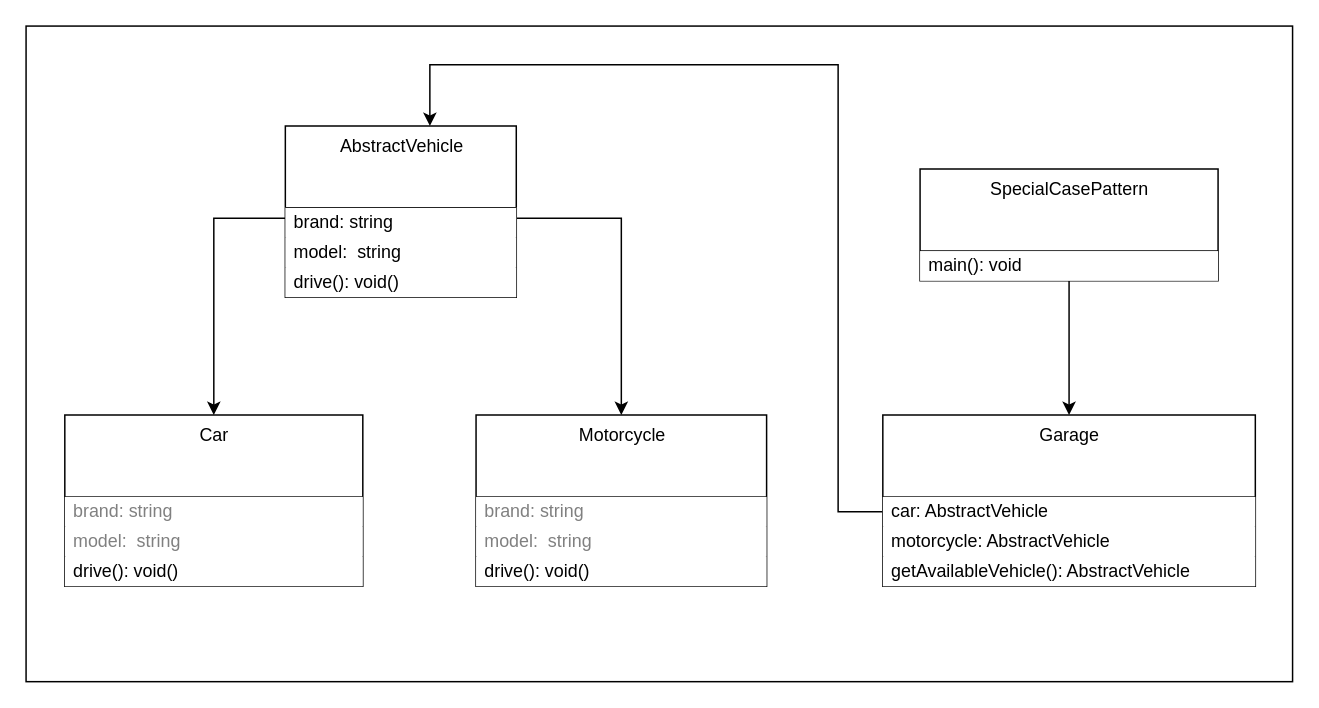
Before: page "SpecialCasePattern-1.1" (2 of 4) of images/clean-code-error-handling/Error-handling.drawio in GabrielSlima/blog, a draw.io diagram. Source tidied: cells renumbered, new cells numbered last; positions are measured from the earlier drawing's top-left corner, leaving out a move shared by most shapes. Both pictures are drawn from the tidied source at 149%, with x=0, y=0 at pixel (25, 25).
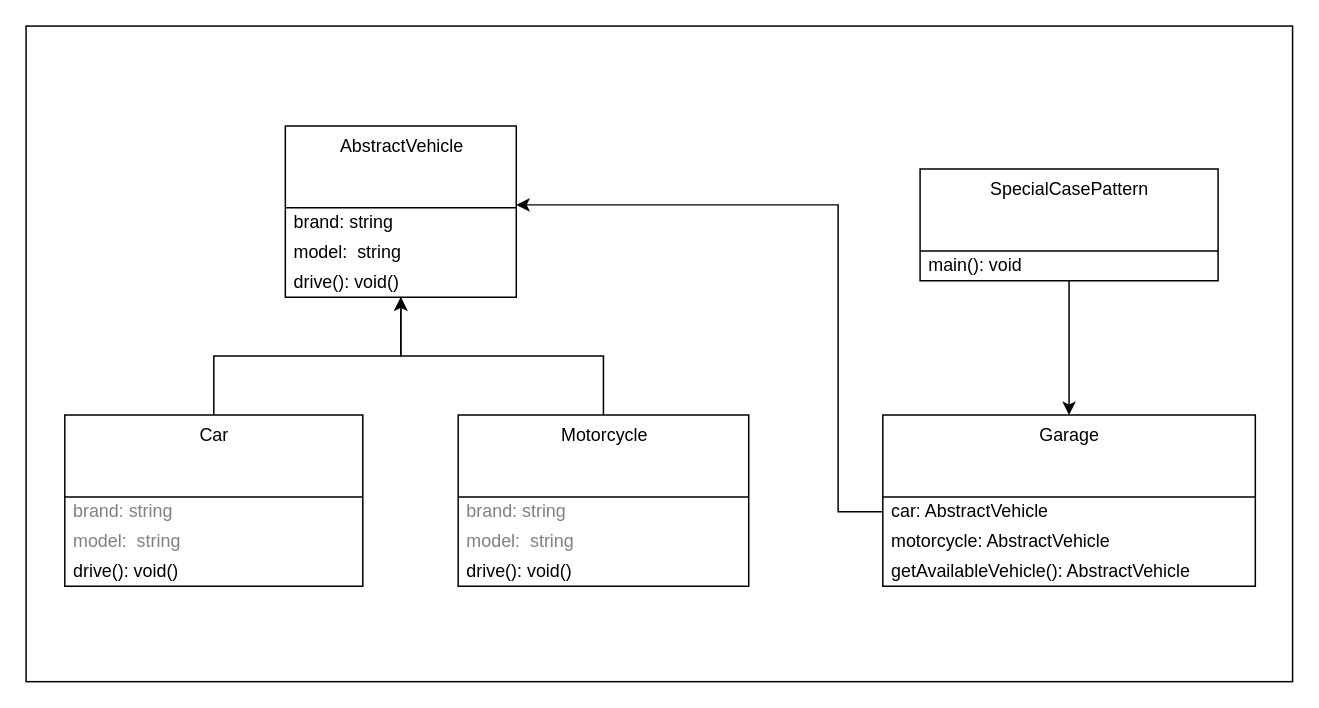
After the change.

Diff of the diagram source:
```diff
@@
     <mxCell id="3" style="edgeStyle=orthogonalEdgeStyle;rounded=0;jettySize=auto;html=1;fontColor=#808080;exitX=0;exitY=0.5;exitDx=0;exitDy=0;" parent="1" edge="1" source="5" target="21">
       <mxGeometry relative="1" as="geometry">
         <Array as="points">
           <mxPoint x="545" y="326" />
-          <mxPoint x="545" y="26" />
-          <mxPoint x="271" y="26" />
+          <mxPoint x="545" y="120" />
         </Array>
       </mxGeometry>
     </mxCell>
-    <mxCell id="4" value="Garage" style="swimlane;fontStyle=0;align=center;verticalAlign=top;horizontal=1;startSize=55;html=1;" parent="1" vertex="1">
+    <mxCell id="4" value="Garage" style="swimlane;fontStyle=0;align=center;verticalAlign=top;horizontal=1;startSize=55;html=1;fillColor=none;" parent="1" vertex="1">
       <mxGeometry x="575" y="261" width="250" height="115" as="geometry" />
     </mxCell>
-    <mxCell id="5" value="&lt;div&gt;car: AbstractVehicle&lt;br&gt;&lt;/div&gt;" style="text;html=1;strokeColor=none;align=left;verticalAlign=middle;spacingLeft=4;spacingRight=4;overflow=hidden;points=[[0,0.5],[1,0.5]];portConstraint=eastwest;fillColor=#ffffff;" parent="4" vertex="1">
+    <mxCell id="5" value="&lt;div&gt;car: AbstractVehicle&lt;br&gt;&lt;/div&gt;" style="text;html=1;strokeColor=none;align=left;verticalAlign=middle;spacingLeft=4;spacingRight=4;overflow=hidden;points=[[0,0.5],[1,0.5]];portConstraint=eastwest;" parent="4" vertex="1">
       <mxGeometry y="55" width="250" height="20" as="geometry" />
     </mxCell>
-    <mxCell id="6" value="&lt;div&gt;motorcycle: AbstractVehicle&lt;/div&gt;" style="text;html=1;strokeColor=none;align=left;verticalAlign=middle;spacingLeft=4;spacingRight=4;overflow=hidden;fillColor=#ffffff;" parent="4" vertex="1">
+    <mxCell id="6" value="&lt;div&gt;motorcycle: AbstractVehicle&lt;/div&gt;" style="text;html=1;strokeColor=none;align=left;verticalAlign=middle;spacingLeft=4;spacingRight=4;overflow=hidden;" parent="4" vertex="1">
       <mxGeometry y="75" width="250" height="20" as="geometry" />
     </mxCell>
-    <mxCell id="7" value="&lt;div&gt;getAvailableVehicle(): AbstractVehicle&lt;/div&gt;" style="text;html=1;strokeColor=none;align=left;verticalAlign=middle;spacingLeft=4;spacingRight=4;overflow=hidden;fillColor=#ffffff;" parent="4" vertex="1">
+    <mxCell id="7" value="&lt;div&gt;getAvailableVehicle(): AbstractVehicle&lt;/div&gt;" style="text;html=1;strokeColor=none;align=left;verticalAlign=middle;spacingLeft=4;spacingRight=4;overflow=hidden;" parent="4" vertex="1">
       <mxGeometry y="95" width="250" height="20" as="geometry" />
     </mxCell>
+    <mxCell id="25" style="edgeStyle=orthogonalEdgeStyle;rounded=0;jettySize=auto;html=1;" parent="1" edge="1" source="8" target="21">
+      <mxGeometry relative="1" as="geometry" />
+    </mxCell>
-    <mxCell id="8" value="Motorcycle" style="swimlane;fontStyle=0;align=center;verticalAlign=top;horizontal=1;startSize=55;html=1;" parent="1" vertex="1">
-      <mxGeometry x="302" y="261" width="195" height="115" as="geometry" />
+    <mxCell id="8" value="Motorcycle" style="swimlane;fontStyle=0;align=center;verticalAlign=top;horizontal=1;startSize=55;html=1;fillColor=none;" parent="1" vertex="1">
+      <mxGeometry x="290" y="261" width="195" height="115" as="geometry" />
     </mxCell>
-    <mxCell id="9" value="brand: string" style="text;html=1;strokeColor=none;align=left;verticalAlign=middle;spacingLeft=4;spacingRight=4;overflow=hidden;fontColor=#808080;fillColor=#ffffff;" parent="8" vertex="1">
+    <mxCell id="9" value="brand: string" style="text;html=1;strokeColor=none;align=left;verticalAlign=middle;spacingLeft=4;spacingRight=4;overflow=hidden;fontColor=#808080;" parent="8" vertex="1">
       <mxGeometry y="55" width="195" height="20" as="geometry" />
     </mxCell>
-    <mxCell id="10" value="&lt;div&gt;model:&amp;nbsp; string&lt;/div&gt;" style="text;html=1;strokeColor=none;align=left;verticalAlign=middle;spacingLeft=4;spacingRight=4;overflow=hidden;fontColor=#808080;fillColor=#ffffff;" parent="8" vertex="1">
+    <mxCell id="10" value="&lt;div&gt;model:&amp;nbsp; string&lt;/div&gt;" style="text;html=1;strokeColor=none;align=left;verticalAlign=middle;spacingLeft=4;spacingRight=4;overflow=hidden;fontColor=#808080;" parent="8" vertex="1">
       <mxGeometry y="75" width="195" height="20" as="geometry" />
     </mxCell>
-    <mxCell id="11" value="&lt;div&gt;drive(): void()&lt;/div&gt;" style="text;html=1;strokeColor=none;align=left;verticalAlign=middle;spacingLeft=4;spacingRight=4;overflow=hidden;fillColor=#ffffff;" parent="8" vertex="1">
+    <mxCell id="11" value="&lt;div&gt;drive(): void()&lt;/div&gt;" style="text;html=1;strokeColor=none;align=left;verticalAlign=middle;spacingLeft=4;spacingRight=4;overflow=hidden;" parent="8" vertex="1">
       <mxGeometry y="95" width="195" height="20" as="geometry" />
     </mxCell>
+    <mxCell id="26" style="edgeStyle=orthogonalEdgeStyle;rounded=0;jettySize=auto;html=1;" parent="1" edge="1" source="12" target="21">
+      <mxGeometry relative="1" as="geometry" />
+    </mxCell>
-    <mxCell id="12" value="Car" style="swimlane;fontStyle=0;align=center;verticalAlign=top;horizontal=1;startSize=55;html=1;" parent="1" vertex="1">
+    <mxCell id="12" value="Car" style="swimlane;fontStyle=0;align=center;verticalAlign=top;horizontal=1;startSize=55;html=1;fillColor=none;" parent="1" vertex="1">
       <mxGeometry x="26" y="261" width="200" height="115" as="geometry" />
     </mxCell>
-    <mxCell id="13" value="brand: string" style="text;html=1;strokeColor=none;align=left;verticalAlign=middle;spacingLeft=4;spacingRight=4;overflow=hidden;fontColor=#808080;fillColor=#ffffff;" parent="12" vertex="1">
+    <mxCell id="13" value="brand: string" style="text;html=1;strokeColor=none;align=left;verticalAlign=middle;spacingLeft=4;spacingRight=4;overflow=hidden;fontColor=#808080;" parent="12" vertex="1">
       <mxGeometry y="55" width="200" height="20" as="geometry" />
     </mxCell>
-    <mxCell id="14" value="&lt;div&gt;model:&amp;nbsp; string&lt;/div&gt;" style="text;html=1;strokeColor=none;align=left;verticalAlign=middle;spacingLeft=4;spacingRight=4;overflow=hidden;fontColor=#808080;fillColor=#ffffff;" parent="12" vertex="1">
+    <mxCell id="14" value="&lt;div&gt;model:&amp;nbsp; string&lt;/div&gt;" style="text;html=1;strokeColor=none;align=left;verticalAlign=middle;spacingLeft=4;spacingRight=4;overflow=hidden;fontColor=#808080;" parent="12" vertex="1">
       <mxGeometry y="75" width="200" height="20" as="geometry" />
     </mxCell>
-    <mxCell id="15" value="&lt;div&gt;drive(): void()&lt;/div&gt;" style="text;html=1;align=left;verticalAlign=middle;spacingLeft=4;spacingRight=4;overflow=hidden;fillColor=#ffffff;shadow=0;sketch=0;" parent="12" vertex="1">
+    <mxCell id="15" value="&lt;div&gt;drive(): void()&lt;/div&gt;" style="text;html=1;align=left;verticalAlign=middle;spacingLeft=4;spacingRight=4;overflow=hidden;shadow=0;sketch=0;" parent="12" vertex="1">
       <mxGeometry y="95" width="200" height="20" as="geometry" />
     </mxCell>
@@
-    <mxCell id="17" value="SpecialCasePattern" style="swimlane;fontStyle=0;align=center;verticalAlign=top;horizontal=1;startSize=55;html=1;" parent="1" vertex="1">
+    <mxCell id="17" value="SpecialCasePattern" style="swimlane;fontStyle=0;align=center;verticalAlign=top;horizontal=1;startSize=55;html=1;fillColor=none;" parent="1" vertex="1">
       <mxGeometry x="600" y="96" width="200" height="75" as="geometry" />
     </mxCell>
-    <mxCell id="18" value="&lt;div&gt;main(): void&lt;/div&gt;" style="text;html=1;strokeColor=none;align=left;verticalAlign=middle;spacingLeft=4;spacingRight=4;overflow=hidden;fillColor=#ffffff;" parent="17" vertex="1">
+    <mxCell id="18" value="&lt;div&gt;main(): void&lt;/div&gt;" style="text;html=1;strokeColor=none;align=left;verticalAlign=middle;spacingLeft=4;spacingRight=4;overflow=hidden;" parent="17" vertex="1">
       <mxGeometry y="55" width="200" height="20" as="geometry" />
     </mxCell>
-    <mxCell id="19" style="edgeStyle=orthogonalEdgeStyle;rounded=0;jettySize=auto;html=1;" parent="1" edge="1" source="21" target="12">
-      <mxGeometry relative="1" as="geometry">
-        <Array as="points">
-          <mxPoint x="126" y="129" />
-        </Array>
-      </mxGeometry>
-    </mxCell>
-    <mxCell id="20" style="edgeStyle=orthogonalEdgeStyle;rounded=0;jettySize=auto;html=1;entryX=0.5;entryY=0;entryDx=0;entryDy=0;fontColor=#808080;" parent="1" edge="1" source="21" target="8">
-      <mxGeometry relative="1" as="geometry">
-        <Array as="points">
-          <mxPoint x="400" y="129" />
-        </Array>
-      </mxGeometry>
-    </mxCell>
-    <mxCell id="21" value="AbstractVehicle" style="swimlane;fontStyle=0;align=center;verticalAlign=top;horizontal=1;startSize=55;html=1;swimlaneLine=1;" parent="1" vertex="1">
+    <mxCell id="21" value="AbstractVehicle" style="swimlane;fontStyle=0;align=center;verticalAlign=top;horizontal=1;startSize=55;html=1;swimlaneLine=1;fillColor=none;" parent="1" vertex="1">
       <mxGeometry x="174" y="67" width="155" height="115" as="geometry" />
     </mxCell>
-    <mxCell id="22" value="brand: string" style="text;html=1;align=left;verticalAlign=middle;spacingLeft=4;spacingRight=4;overflow=hidden;fillColor=#ffffff;" parent="21" vertex="1">
+    <mxCell id="22" value="brand: string" style="text;html=1;align=left;verticalAlign=middle;spacingLeft=4;spacingRight=4;overflow=hidden;gradientColor=#ffffff;" parent="21" vertex="1">
       <mxGeometry y="55" width="155" height="20" as="geometry" />
     </mxCell>
-    <mxCell id="23" value="&lt;div&gt;model:&amp;nbsp; string&lt;/div&gt;" style="text;html=1;strokeColor=none;align=left;verticalAlign=middle;spacingLeft=4;spacingRight=4;overflow=hidden;fillColor=#ffffff;" parent="21" vertex="1">
+    <mxCell id="23" value="&lt;div&gt;model:&amp;nbsp; string&lt;/div&gt;" style="text;html=1;strokeColor=none;align=left;verticalAlign=middle;spacingLeft=4;spacingRight=4;overflow=hidden;gradientColor=#ffffff;" parent="21" vertex="1">
       <mxGeometry y="75" width="155" height="20" as="geometry" />
     </mxCell>
-    <mxCell id="24" value="&lt;div&gt;drive(): void()&lt;/div&gt;" style="text;html=1;strokeColor=none;align=left;verticalAlign=middle;spacingLeft=4;spacingRight=4;overflow=hidden;fillColor=#ffffff;" parent="21" vertex="1">
+    <mxCell id="24" value="&lt;div&gt;drive(): void()&lt;/div&gt;" style="text;html=1;strokeColor=none;align=left;verticalAlign=middle;spacingLeft=4;spacingRight=4;overflow=hidden;gradientColor=#ffffff;" parent="21" vertex="1">
       <mxGeometry y="95" width="155" height="20" as="geometry" />
     </mxCell>
```
